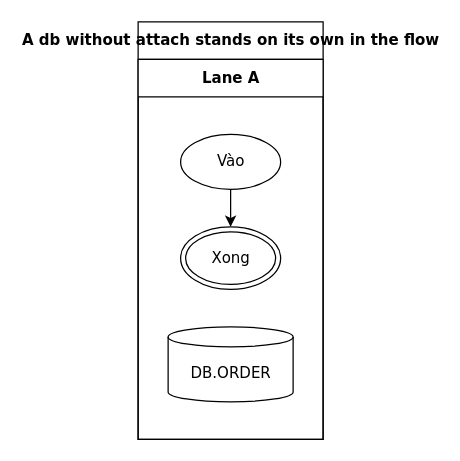
Before: conformance/golden/cases/39-db-without-attach.drawio in luytbq/flowcast, a draw.io diagram. Source tidied: cells renumbered, new cells numbered last; positions are measured from the earlier drawing's top-left corner, leaving out a move shared by most shapes. Both pictures are drawn from the tidied source at 125%, with x=0, y=0 at pixel (138, 21).
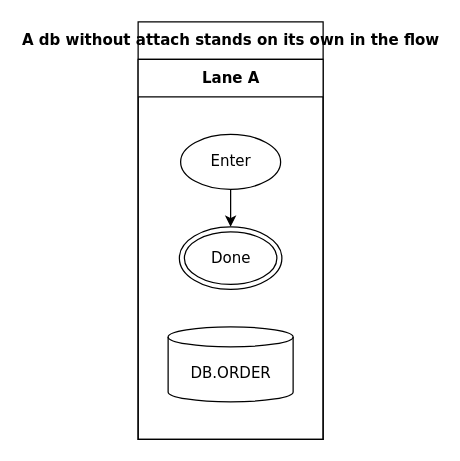
The same diagram, later.

Diff of the diagram source:
```diff
@@
 <mxGraphModel>
   <root>
     <mxCell id="0" />
     <mxCell id="1" parent="0" />
     <mxCell id="2" value="A db without attach stands on its own in the flow" style="swimlane;html=1;startSize=30;fontStyle=1;fontFamily=Verdana;fontSize=12;flowtable=1;" parent="1" vertex="1">
       <mxGeometry width="148" height="334" as="geometry" />
     </mxCell>
     <mxCell id="3" value="Lane A" style="swimlane;html=1;startSize=30;fontFamily=Verdana;fontSize=12;flowtable=1;" parent="2" vertex="1">
       <mxGeometry y="30" width="148" height="304" as="geometry" />
     </mxCell>
-    <mxCell id="4" value="Vào" style="ellipse;html=1;fontFamily=Verdana;fontSize=12;flowtable=1;" parent="3" vertex="1">
+    <mxCell id="4" value="Enter" style="ellipse;html=1;fontFamily=Verdana;fontSize=12;flowtable=1;" parent="3" vertex="1">
       <mxGeometry x="34" y="60" width="80" height="44" as="geometry" />
     </mxCell>
-    <mxCell id="5" value="Xong" style="shape=doubleEllipse;html=1;fontFamily=Verdana;fontSize=12;flowtable=1;" parent="3" vertex="1">
-      <mxGeometry x="34" y="134" width="80" height="50" as="geometry" />
+    <mxCell id="5" value="Done" style="shape=doubleEllipse;html=1;fontFamily=Verdana;fontSize=12;flowtable=1;" parent="3" vertex="1">
+      <mxGeometry x="33" y="134" width="82" height="50" as="geometry" />
     </mxCell>
     <mxCell id="6" value="DB.ORDER" style="shape=cylinder3;html=1;boundedLbl=1;backgroundOutline=1;size=8;fontFamily=Verdana;fontSize=12;flowtable=1;" parent="3" vertex="1">
       <mxGeometry x="24" y="214" width="100" height="60" as="geometry" />
     </mxCell>
     <mxCell id="7" style="edgeStyle=orthogonalEdgeStyle;rounded=0;jettySize=auto;html=1;labelBackgroundColor=default;exitX=0.5;exitY=1;exitDx=0;exitDy=0;entryX=0.5;entryY=0;entryDx=0;entryDy=0;fontFamily=Verdana;fontSize=12;flowtable=1;" parent="2" edge="1" source="4" target="5">
       <mxGeometry relative="1" as="geometry" />
     </mxCell>
   </root>
 </mxGraphModel>
```
